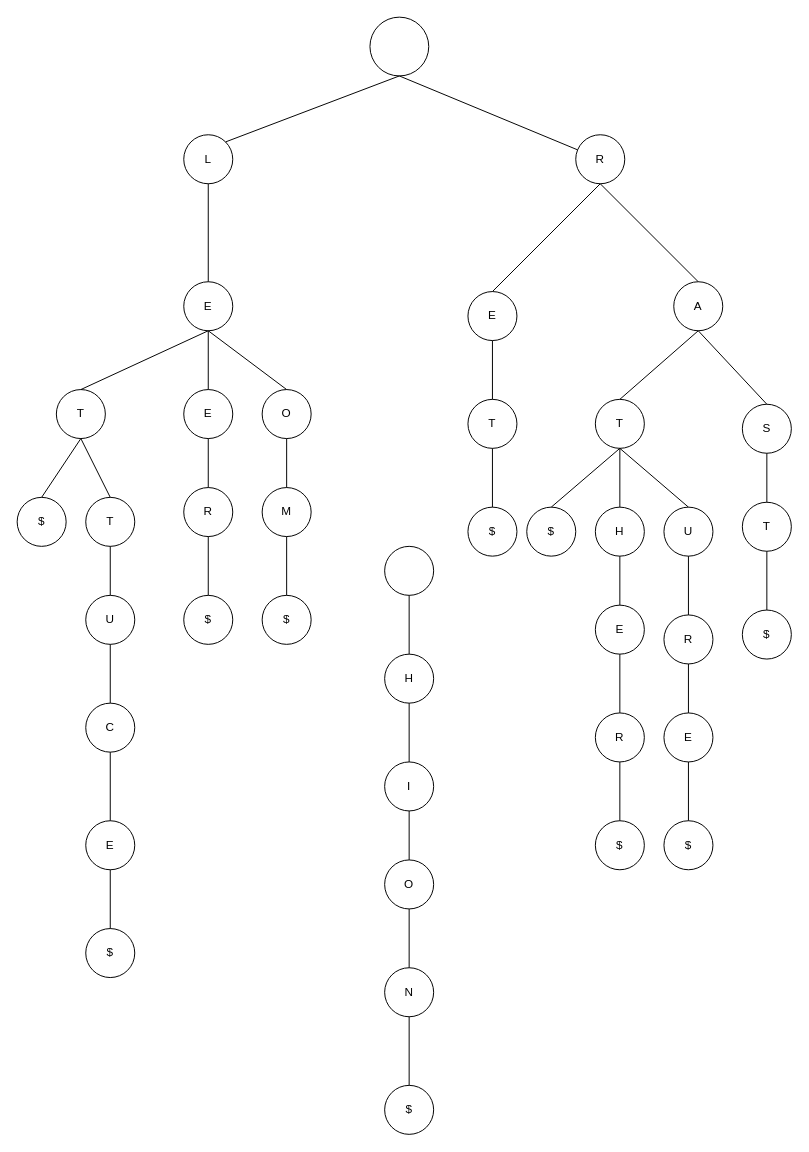
Above: Main/Untitled Diagram.drawio in ArnavPatel09/TreeDrawings (draw.io), before the change. Source tidied: cells renumbered, new cells numbered last; positions are measured from the earlier drawing's top-left corner, leaving out a move shared by most shapes. Both pictures are drawn from the tidied source at 98%, with x=0, y=0 at pixel (17, 17).
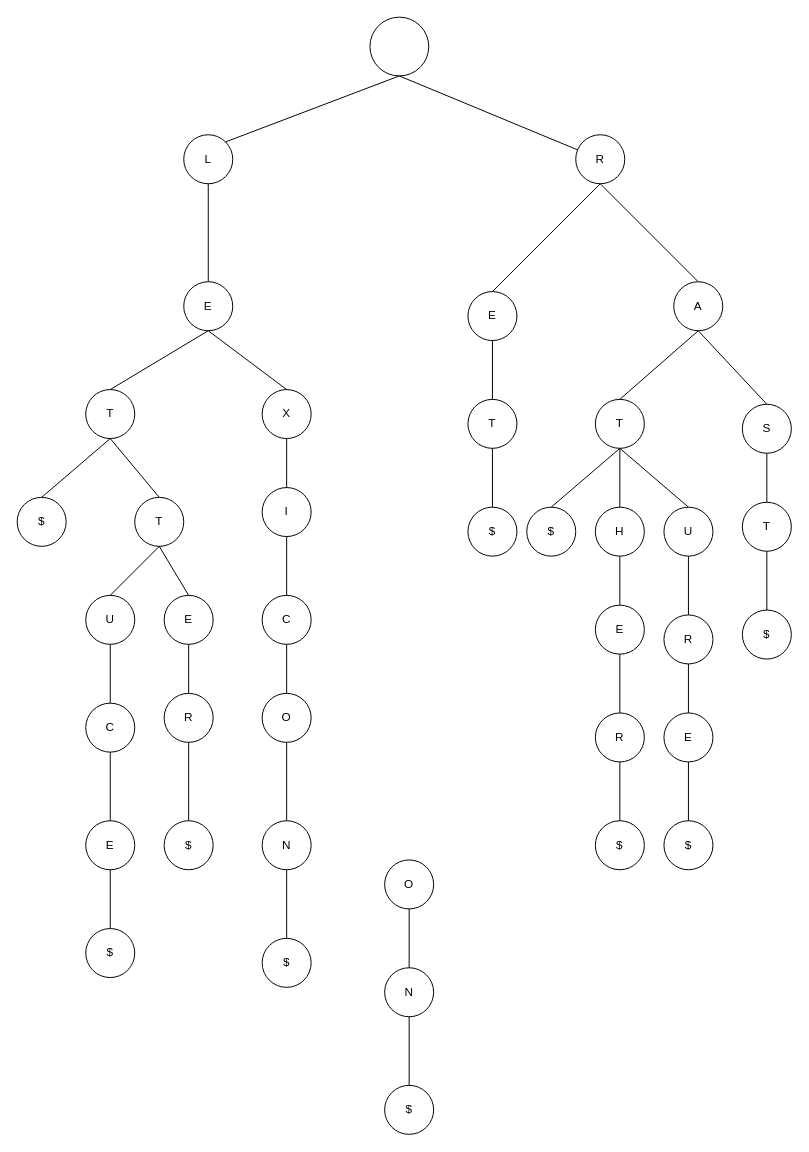
The same diagram, later.

Commit message:
Left side complete

Unchanged cells that the change refers to:
```xml
<mxCell id="17" value="O" style="ellipse;whiteSpace=wrap;html=1;" parent="1" vertex="1">
  <mxGeometry x="375" y="860" width="50" height="50" as="geometry" />
</mxCell>
<mxCell id="26" value="E" style="ellipse;whiteSpace=wrap;html=1;" parent="1" vertex="1">
  <mxGeometry x="170" y="270" width="50" height="50" as="geometry" />
</mxCell>
```

Diff of the diagram source:
```diff
@@
     <mxCell id="4" value="T" style="ellipse;whiteSpace=wrap;html=1;" parent="1" vertex="1">
-      <mxGeometry x="40" y="380" width="50" height="50" as="geometry" />
+      <mxGeometry x="70" y="380" width="50" height="50" as="geometry" />
     </mxCell>
@@
     <mxCell id="6" value="T" style="ellipse;whiteSpace=wrap;html=1;" parent="1" vertex="1">
-      <mxGeometry x="70" y="490" width="50" height="50" as="geometry" />
+      <mxGeometry x="120" y="490" width="50" height="50" as="geometry" />
     </mxCell>
@@
-    <mxCell id="10" style="endArrow=none;html=1;rounded=0;entryX=0.5;entryY=1;entryDx=0;entryDy=0;exitX=0.5;exitY=0;exitDx=0;exitDy=0;" parent="1" edge="1" source="4" target="26">
-      <mxGeometry relative="1" as="geometry" />
-    </mxCell>
@@
-    <mxCell id="15" style="ellipse;whiteSpace=wrap;html=1;" parent="1" vertex="1">
-      <mxGeometry x="375" y="540" width="50" height="50" as="geometry" />
+    <mxCell id="15" value="O" style="ellipse;whiteSpace=wrap;html=1;" parent="1" vertex="1">
+      <mxGeometry x="250" y="690" width="50" height="50" as="geometry" />
     </mxCell>
-    <mxCell id="16" value="H" style="ellipse;whiteSpace=wrap;html=1;" parent="1" vertex="1">
-      <mxGeometry x="375" y="650" width="50" height="50" as="geometry" />
+    <mxCell id="16" value="N" style="ellipse;whiteSpace=wrap;html=1;" parent="1" vertex="1">
+      <mxGeometry x="250" y="820" width="50" height="50" as="geometry" />
     </mxCell>
@@
-    <mxCell id="18" value="I" style="ellipse;whiteSpace=wrap;html=1;" parent="1" vertex="1">
-      <mxGeometry x="375" y="760" width="50" height="50" as="geometry" />
+    <mxCell id="18" value="$" style="ellipse;whiteSpace=wrap;html=1;" parent="1" vertex="1">
+      <mxGeometry x="250" y="940" width="50" height="50" as="geometry" />
     </mxCell>
@@
-    <mxCell id="23" style="endArrow=none;html=1;rounded=0;entryX=0.5;entryY=1;entryDx=0;entryDy=0;exitX=0.5;exitY=0;exitDx=0;exitDy=0;" parent="1" edge="1" source="17" target="18">
-      <mxGeometry relative="1" as="geometry" />
-    </mxCell>
@@
     <mxCell id="27" value="R" style="ellipse;whiteSpace=wrap;html=1;" parent="1" vertex="1">
-      <mxGeometry x="170" y="480" width="50" height="50" as="geometry" />
+      <mxGeometry x="150" y="690" width="50" height="50" as="geometry" />
     </mxCell>
     <mxCell id="28" value="E" style="ellipse;whiteSpace=wrap;html=1;" parent="1" vertex="1">
-      <mxGeometry x="170" y="380" width="50" height="50" as="geometry" />
+      <mxGeometry x="150" y="590" width="50" height="50" as="geometry" />
     </mxCell>
     <mxCell id="29" value="$" style="ellipse;whiteSpace=wrap;html=1;" parent="1" vertex="1">
-      <mxGeometry x="170" y="590" width="50" height="50" as="geometry" />
+      <mxGeometry x="150" y="820" width="50" height="50" as="geometry" />
     </mxCell>
@@
-    <mxCell id="31" style="endArrow=none;html=1;rounded=0;exitX=0.5;exitY=1;exitDx=0;exitDy=0;entryX=0.5;entryY=0;entryDx=0;entryDy=0;" parent="1" edge="1" source="26" target="28">
+    <mxCell id="31" style="endArrow=none;html=1;rounded=0;exitX=0.5;exitY=1;exitDx=0;exitDy=0;entryX=0.5;entryY=0;entryDx=0;entryDy=0;" parent="1" edge="1" source="6" target="28">
       <mxGeometry relative="1" as="geometry" />
     </mxCell>
@@
-    <mxCell id="34" value="M" style="ellipse;whiteSpace=wrap;html=1;" parent="1" vertex="1">
+    <mxCell id="34" value="I" style="ellipse;whiteSpace=wrap;html=1;" parent="1" vertex="1">
       <mxGeometry x="250" y="480" width="50" height="50" as="geometry" />
     </mxCell>
-    <mxCell id="35" value="O" style="ellipse;whiteSpace=wrap;html=1;" parent="1" vertex="1">
+    <mxCell id="35" value="X" style="ellipse;whiteSpace=wrap;html=1;" parent="1" vertex="1">
       <mxGeometry x="250" y="380" width="50" height="50" as="geometry" />
     </mxCell>
-    <mxCell id="36" value="$" style="ellipse;whiteSpace=wrap;html=1;" parent="1" vertex="1">
+    <mxCell id="36" value="C" style="ellipse;whiteSpace=wrap;html=1;" parent="1" vertex="1">
       <mxGeometry x="250" y="590" width="50" height="50" as="geometry" />
     </mxCell>
@@
+    <mxCell id="10" style="endArrow=none;html=1;rounded=0;entryX=0.5;entryY=1;entryDx=0;entryDy=0;exitX=0.5;exitY=0;exitDx=0;exitDy=0;" parent="1" edge="1" source="4" target="26">
+      <mxGeometry relative="1" as="geometry" />
+    </mxCell>
+    <mxCell id="80" style="endArrow=none;html=1;rounded=0;entryX=0.5;entryY=1;entryDx=0;entryDy=0;exitX=0.5;exitY=0;exitDx=0;exitDy=0;" parent="1" edge="1" source="15" target="36">
+      <mxGeometry relative="1" as="geometry" />
+    </mxCell>
```
